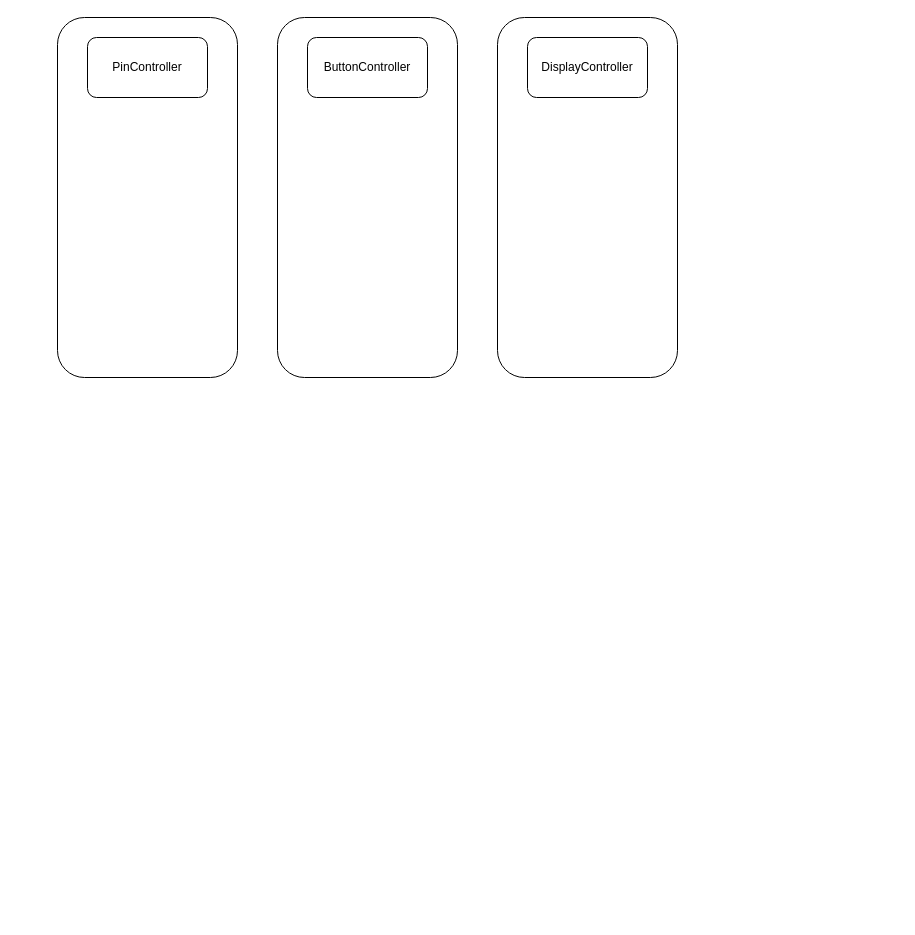
Above: plan.drawio in onlinelei/pio-my-tv (draw.io), before the change. Source tidied: cells renumbered, new cells numbered last; positions are measured from the earlier drawing's top-left corner, leaving out a move shared by most shapes. Both pictures are drawn from the tidied source at 100%, with x=0, y=0 at pixel (57, 17).
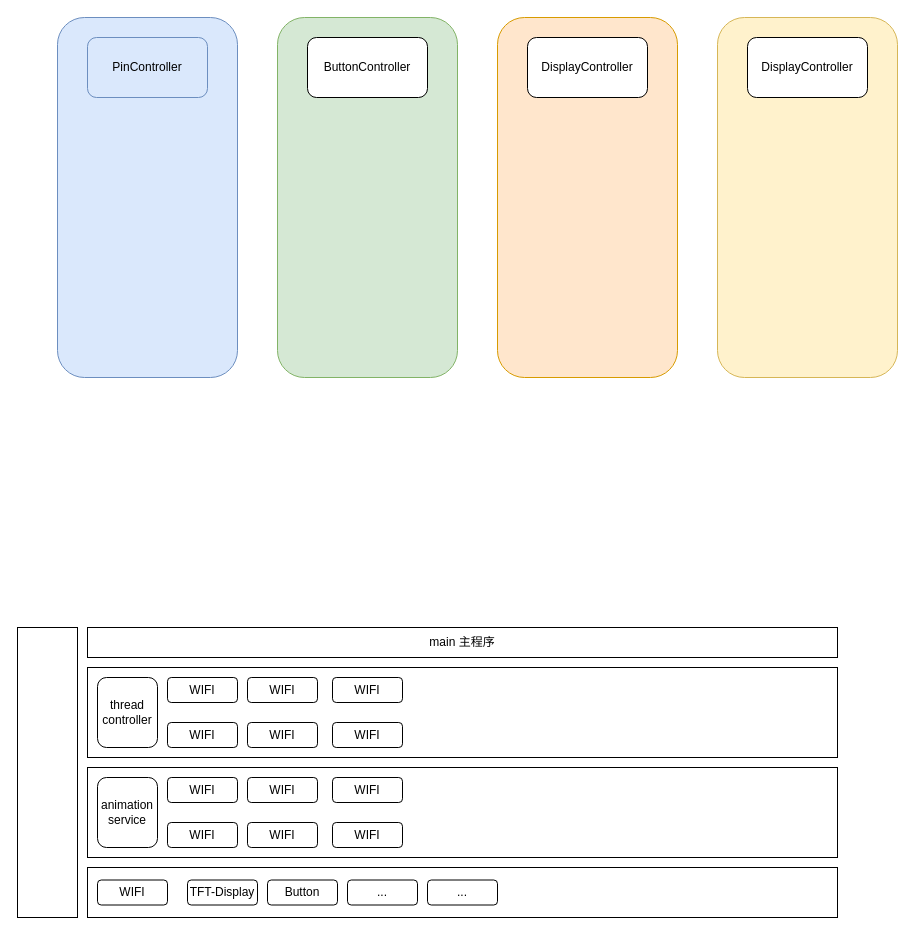
After the change.

The edit, as a diff of the source:
```diff
@@
+    <mxCell id="8" style="rounded=0;whiteSpace=wrap;html=1;fillColor=none;" parent="1" vertex="1">
+      <mxGeometry x="30" y="750" width="750" height="90" as="geometry" />
+    </mxCell>
-    <mxCell id="2" style="rounded=1;whiteSpace=wrap;html=1;fillColor=none;" parent="1" vertex="1">
+    <mxCell id="2" style="rounded=1;whiteSpace=wrap;html=1;fillColor=#dae8fc;strokeColor=#6c8ebf;" parent="1" vertex="1">
       <mxGeometry width="180" height="360" as="geometry" />
     </mxCell>
-    <mxCell id="3" style="rounded=1;whiteSpace=wrap;html=1;fillColor=none;" parent="1" vertex="1">
+    <mxCell id="3" style="rounded=1;whiteSpace=wrap;html=1;fillColor=#d5e8d4;strokeColor=#82b366;" parent="1" vertex="1">
       <mxGeometry x="220" width="180" height="360" as="geometry" />
     </mxCell>
-    <mxCell id="4" style="rounded=1;whiteSpace=wrap;html=1;fillColor=none;" parent="1" vertex="1">
+    <mxCell id="4" style="rounded=1;whiteSpace=wrap;html=1;fillColor=#ffe6cc;strokeColor=#d79b00;" parent="1" vertex="1">
       <mxGeometry x="440" width="180" height="360" as="geometry" />
     </mxCell>
-    <mxCell id="5" value="PinController" style="rounded=1;whiteSpace=wrap;html=1;" parent="1" vertex="1">
+    <mxCell id="5" value="PinController" style="rounded=1;whiteSpace=wrap;html=1;fillColor=#dae8fc;strokeColor=#6c8ebf;fillStyle=auto;" parent="1" vertex="1">
       <mxGeometry x="30" y="20" width="120" height="60" as="geometry" />
     </mxCell>
@@
+    <mxCell id="9" style="rounded=1;whiteSpace=wrap;html=1;fillColor=#fff2cc;strokeColor=#d6b656;" parent="1" vertex="1">
+      <mxGeometry x="660" width="180" height="360" as="geometry" />
+    </mxCell>
+    <mxCell id="10" value="DisplayController" style="rounded=1;whiteSpace=wrap;html=1;" parent="1" vertex="1">
+      <mxGeometry x="690" y="20" width="120" height="60" as="geometry" />
+    </mxCell>
+    <mxCell id="11" value="animation&lt;br&gt;service" style="rounded=1;whiteSpace=wrap;html=1;" parent="1" vertex="1">
+      <mxGeometry x="40" y="760" width="60" height="70" as="geometry" />
+    </mxCell>
+    <mxCell id="12" style="rounded=0;whiteSpace=wrap;html=1;fillColor=none;" parent="1" vertex="1">
+      <mxGeometry x="30" y="850" width="750" height="50" as="geometry" />
+    </mxCell>
+    <mxCell id="13" value="WIFI" style="rounded=1;whiteSpace=wrap;html=1;" parent="1" vertex="1">
+      <mxGeometry x="40" y="862.5" width="70" height="25" as="geometry" />
+    </mxCell>
+    <mxCell id="14" value="TFT-Display" style="rounded=1;whiteSpace=wrap;html=1;" parent="1" vertex="1">
+      <mxGeometry x="130" y="862.5" width="70" height="25" as="geometry" />
+    </mxCell>
+    <mxCell id="15" value="Button" style="rounded=1;whiteSpace=wrap;html=1;" parent="1" vertex="1">
+      <mxGeometry x="210" y="862.5" width="70" height="25" as="geometry" />
+    </mxCell>
+    <mxCell id="16" value="..." style="rounded=1;whiteSpace=wrap;html=1;" parent="1" vertex="1">
+      <mxGeometry x="290" y="862.5" width="70" height="25" as="geometry" />
+    </mxCell>
+    <mxCell id="17" value="..." style="rounded=1;whiteSpace=wrap;html=1;" parent="1" vertex="1">
+      <mxGeometry x="370" y="862.5" width="70" height="25" as="geometry" />
+    </mxCell>
+    <mxCell id="18" value="WIFI" style="rounded=1;whiteSpace=wrap;html=1;" parent="1" vertex="1">
+      <mxGeometry x="110" y="760" width="70" height="25" as="geometry" />
+    </mxCell>
+    <mxCell id="19" value="WIFI" style="rounded=1;whiteSpace=wrap;html=1;" parent="1" vertex="1">
+      <mxGeometry x="110" y="805" width="70" height="25" as="geometry" />
+    </mxCell>
+    <mxCell id="20" value="WIFI" style="rounded=1;whiteSpace=wrap;html=1;" parent="1" vertex="1">
+      <mxGeometry x="190" y="760" width="70" height="25" as="geometry" />
+    </mxCell>
+    <mxCell id="21" value="WIFI" style="rounded=1;whiteSpace=wrap;html=1;" parent="1" vertex="1">
+      <mxGeometry x="190" y="805" width="70" height="25" as="geometry" />
+    </mxCell>
+    <mxCell id="22" value="WIFI" style="rounded=1;whiteSpace=wrap;html=1;" parent="1" vertex="1">
+      <mxGeometry x="275" y="760" width="70" height="25" as="geometry" />
+    </mxCell>
+    <mxCell id="23" value="WIFI" style="rounded=1;whiteSpace=wrap;html=1;" parent="1" vertex="1">
+      <mxGeometry x="275" y="805" width="70" height="25" as="geometry" />
+    </mxCell>
+    <mxCell id="24" style="rounded=0;whiteSpace=wrap;html=1;fillColor=none;" parent="1" vertex="1">
+      <mxGeometry x="30" y="650" width="750" height="90" as="geometry" />
+    </mxCell>
+    <mxCell id="25" value="thread&lt;br&gt;controller" style="rounded=1;whiteSpace=wrap;html=1;" parent="1" vertex="1">
+      <mxGeometry x="40" y="660" width="60" height="70" as="geometry" />
+    </mxCell>
+    <mxCell id="26" value="WIFI" style="rounded=1;whiteSpace=wrap;html=1;" parent="1" vertex="1">
+      <mxGeometry x="110" y="660" width="70" height="25" as="geometry" />
+    </mxCell>
+    <mxCell id="27" value="WIFI" style="rounded=1;whiteSpace=wrap;html=1;" parent="1" vertex="1">
+      <mxGeometry x="110" y="705" width="70" height="25" as="geometry" />
+    </mxCell>
+    <mxCell id="28" value="WIFI" style="rounded=1;whiteSpace=wrap;html=1;" parent="1" vertex="1">
+      <mxGeometry x="190" y="660" width="70" height="25" as="geometry" />
+    </mxCell>
+    <mxCell id="29" value="WIFI" style="rounded=1;whiteSpace=wrap;html=1;" parent="1" vertex="1">
+      <mxGeometry x="190" y="705" width="70" height="25" as="geometry" />
+    </mxCell>
+    <mxCell id="30" value="WIFI" style="rounded=1;whiteSpace=wrap;html=1;" parent="1" vertex="1">
+      <mxGeometry x="275" y="660" width="70" height="25" as="geometry" />
+    </mxCell>
+    <mxCell id="31" value="WIFI" style="rounded=1;whiteSpace=wrap;html=1;" parent="1" vertex="1">
+      <mxGeometry x="275" y="705" width="70" height="25" as="geometry" />
+    </mxCell>
+    <mxCell id="32" value="main 主程序" style="rounded=0;whiteSpace=wrap;html=1;fillColor=none;" parent="1" vertex="1">
+      <mxGeometry x="30" y="610" width="750" height="30" as="geometry" />
+    </mxCell>
+    <mxCell id="33" style="rounded=0;whiteSpace=wrap;html=1;" parent="1" vertex="1">
+      <mxGeometry x="-40" y="610" width="60" height="290" as="geometry" />
+    </mxCell>
```
